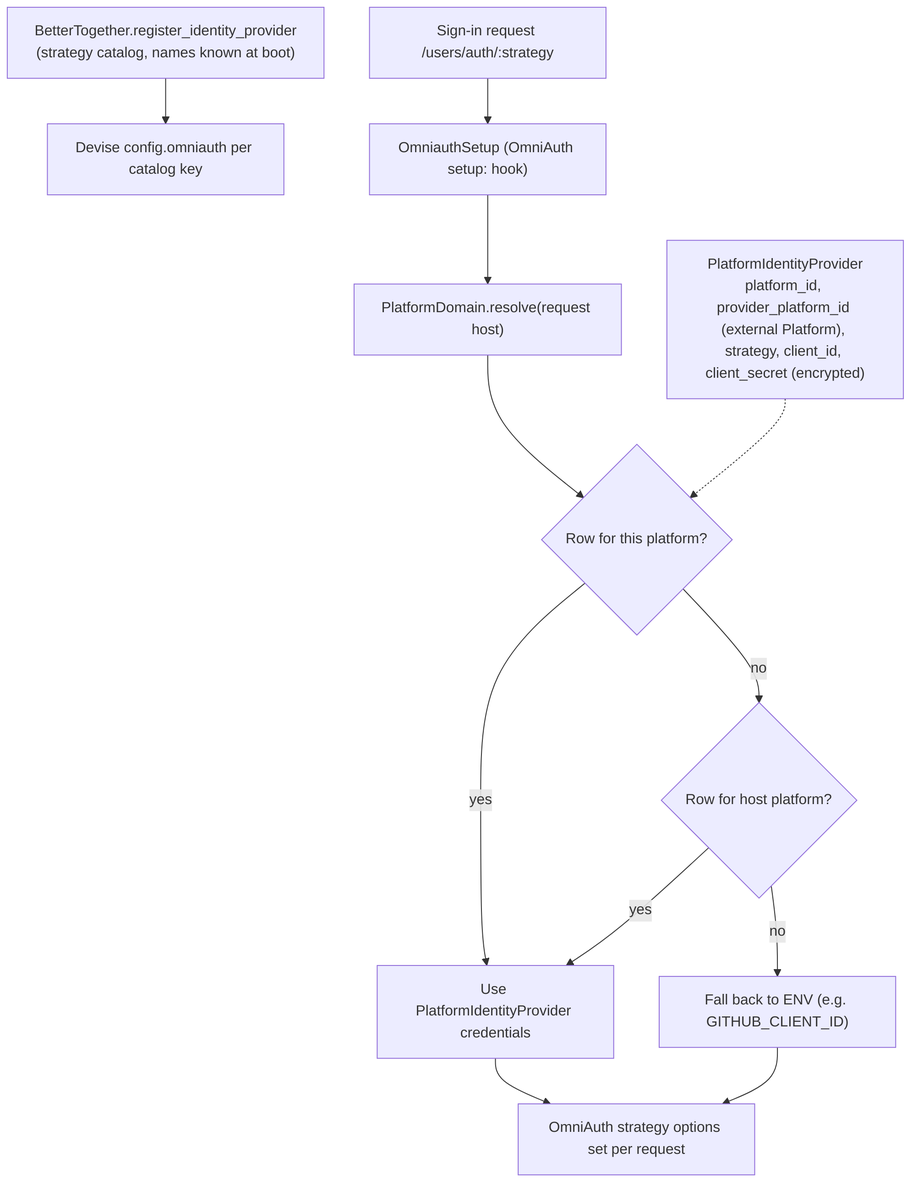
better-together-org/community-engine-rails keeps this Mermaid diagram as docs/diagrams/exports/png/identity_provider_resolution_flow.png. Above is the earlier version. Its source is kept beside it as docs/diagrams/source/identity_provider_resolution_flow.mmd. Its diagram source:
```mermaid
flowchart TD
  Catalog["BetterTogether.register_identity_provider<br/>(strategy catalog, names known at boot)"] --> Devise["Devise config.omniauth per catalog key"]
  Request["Sign-in request /users/auth/:strategy"] --> Setup["OmniauthSetup (OmniAuth setup: hook)"]
  Setup --> Domain["PlatformDomain.resolve(request host)"]
  Domain --> Own{"Row for this platform?"}
  Own -- yes --> Use["Use PlatformIdentityProvider credentials"]
  Own -- no --> HostRow{"Row for host platform?"}
  HostRow -- yes --> Use
  HostRow -- no --> Env["Fall back to ENV (e.g. GITHUB_CLIENT_ID)"]
  Use --> Strategy["OmniAuth strategy options set per request"]
  Env --> Strategy
  Row["PlatformIdentityProvider<br/>platform_id, provider_platform_id (external Platform), strategy, client_id, client_secret (encrypted)"] -.-> Own
```
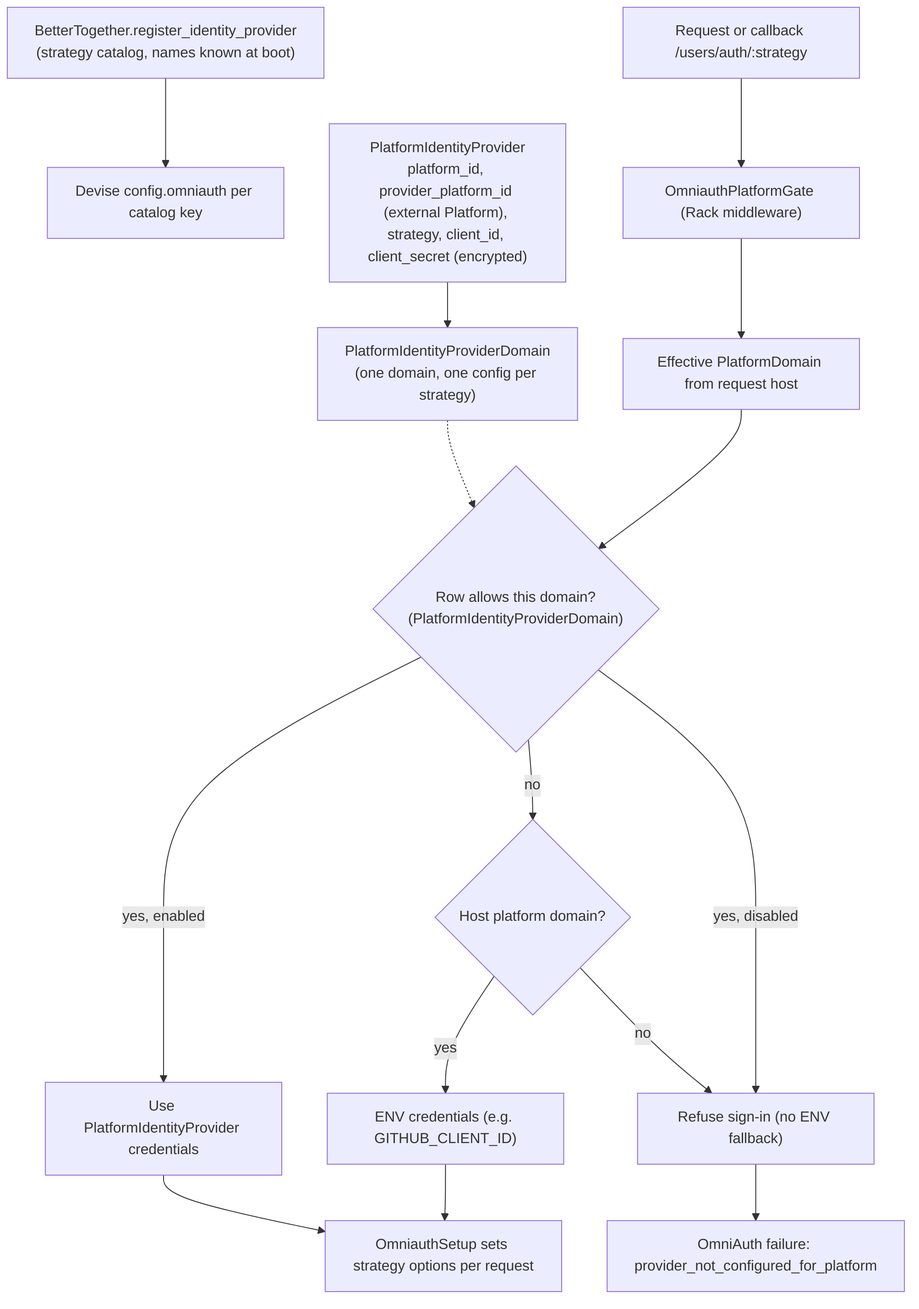
After the change.

The edit, as a diff of the source:
```diff
@@ -1,12 +1,15 @@
 flowchart TD
   Catalog["BetterTogether.register_identity_provider<br/>(strategy catalog, names known at boot)"] --> Devise["Devise config.omniauth per catalog key"]
-  Request["Sign-in request /users/auth/:strategy"] --> Setup["OmniauthSetup (OmniAuth setup: hook)"]
-  Setup --> Domain["PlatformDomain.resolve(request host)"]
-  Domain --> Own{"Row for this platform?"}
-  Own -- yes --> Use["Use PlatformIdentityProvider credentials"]
-  Own -- no --> HostRow{"Row for host platform?"}
-  HostRow -- yes --> Use
-  HostRow -- no --> Env["Fall back to ENV (e.g. GITHUB_CLIENT_ID)"]
-  Use --> Strategy["OmniAuth strategy options set per request"]
-  Env --> Strategy
-  Row["PlatformIdentityProvider<br/>platform_id, provider_platform_id (external Platform), strategy, client_id, client_secret (encrypted)"] -.-> Own
+  Request["Request or callback /users/auth/:strategy"] --> Gate["OmniauthPlatformGate (Rack middleware)"]
+  Gate --> Domain["Effective PlatformDomain from request host"]
+  Domain --> Claim{"Row allows this domain?<br/>(PlatformIdentityProviderDomain)"}
+  Claim -- "yes, enabled" --> Use["Use PlatformIdentityProvider credentials"]
+  Claim -- "yes, disabled" --> Refuse["Refuse sign-in (no ENV fallback)"]
+  Claim -- no --> HostDomain{"Host platform domain?"}
+  HostDomain -- yes --> Env["ENV credentials (e.g. GITHUB_CLIENT_ID)"]
+  HostDomain -- no --> Refuse
+  Env --> Setup["OmniauthSetup sets strategy options per request"]
+  Use --> Setup
+  Refuse --> Failure["OmniAuth failure: provider_not_configured_for_platform"]
+  Row["PlatformIdentityProvider<br/>platform_id, provider_platform_id (external Platform), strategy, client_id, client_secret (encrypted)"] --> Join["PlatformIdentityProviderDomain<br/>(one domain, one config per strategy)"]
+  Join -.-> Claim
```
